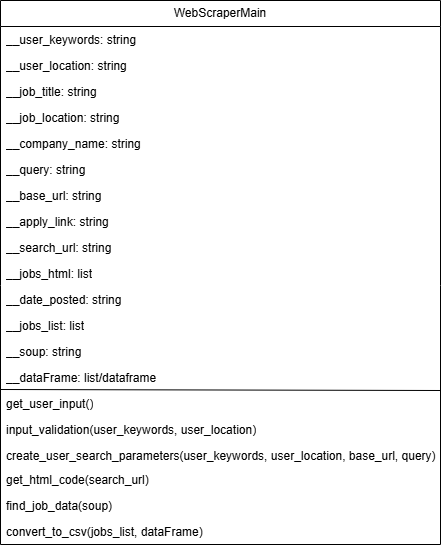
Above: Design Phase/Diagrams/UML Diagram.png in kiffit/Jobsearch_Web_Scraper (draw.io), before the change. Source tidied: cells renumbered, new cells last; positions are measured from the earlier drawing's top-left corner, leaving out a move shared by most shapes.
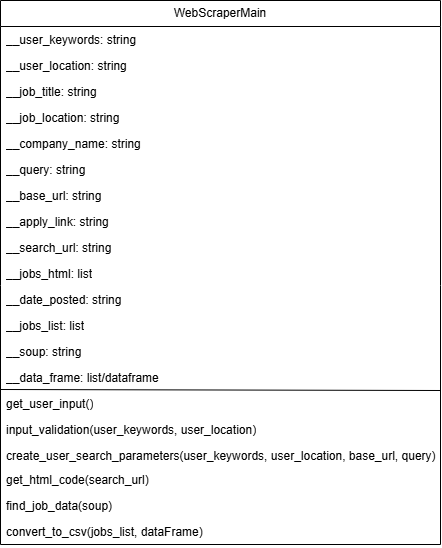
The same file after the commit.

Commit message:
Updated the minor mistakes I forgot

What changed in the source:
```diff
@@ -44,7 +44,7 @@
     <mxCell id="15" value="__soup: string" style="text;strokeColor=none;fillColor=none;align=left;verticalAlign=top;spacingLeft=4;spacingRight=4;overflow=hidden;whiteSpace=wrap;html=1;" parent="2" vertex="1">
       <mxGeometry y="338" width="440" height="26" as="geometry" />
     </mxCell>
-    <mxCell id="16" value="__dataFrame: list/dataframe" style="text;strokeColor=none;fillColor=none;align=left;verticalAlign=top;spacingLeft=4;spacingRight=4;overflow=hidden;whiteSpace=wrap;html=1;" parent="2" vertex="1">
+    <mxCell id="16" value="__data_frame: list/dataframe" style="text;strokeColor=none;fillColor=none;align=left;verticalAlign=top;spacingLeft=4;spacingRight=4;overflow=hidden;whiteSpace=wrap;html=1;" parent="2" vertex="1">
       <mxGeometry y="364" width="440" height="26" as="geometry" />
     </mxCell>
     <mxCell id="17" value="get_user_input()" style="text;strokeColor=none;fillColor=none;align=left;verticalAlign=top;spacingLeft=4;spacingRight=4;overflow=hidden;whiteSpace=wrap;html=1;" parent="2" vertex="1">
```
